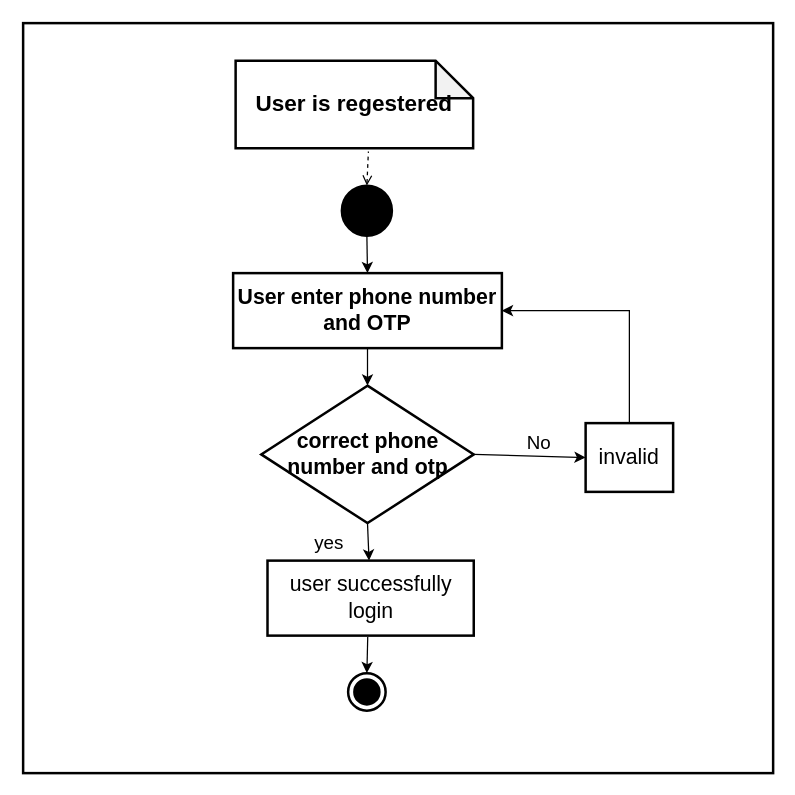
Earlier version of the draw.io diagram page "Page-3" (3 of 3) of activity_diagram.drawio (Fatema-A-Ferdaus/se231). Source tidied: cells renumbered, new cells numbered last; positions are measured from the earlier drawing's top-left corner, leaving out a move shared by most shapes. Both pictures are drawn from the tidied source at 125%, with x=0, y=0 at pixel (22, 22).
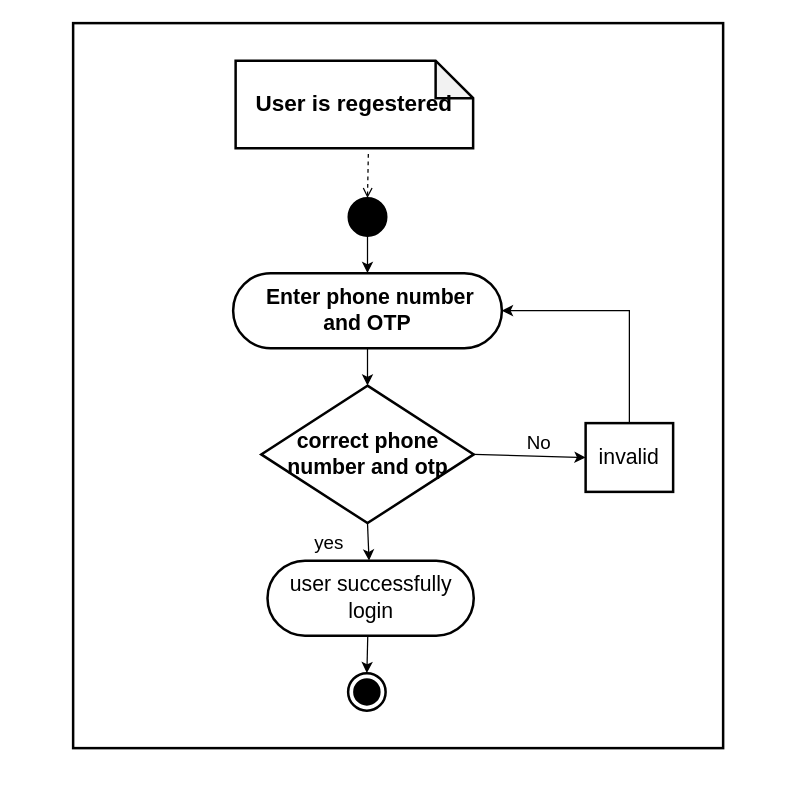
The same page after the edit.

What changed in the source:
```diff
@@
     <mxCell id="2" style="ellipse;whiteSpace=wrap;html=1;fontSize=15;strokeColor=#000000;strokeWidth=2;fillColor=#000000;" parent="1" vertex="1">
-      <mxGeometry x="255" y="130" width="40" height="40" as="geometry" />
+      <mxGeometry x="260.5" y="140" width="30" height="30" as="geometry" />
     </mxCell>
@@
-    <mxCell id="5" value="&lt;div style=&quot;font-size: 17px&quot;&gt;&lt;font style=&quot;font-size: 17px&quot;&gt;&lt;b&gt;User enter phone number&lt;/b&gt;&lt;/font&gt;&lt;/div&gt;&lt;div style=&quot;font-size: 17px&quot;&gt;&lt;font style=&quot;font-size: 17px&quot;&gt;&lt;b&gt;and OTP&lt;/b&gt;&lt;/font&gt;&lt;br&gt;&lt;/div&gt;" style="rounded=0;whiteSpace=wrap;html=1;fontSize=18;strokeColor=#000000;strokeWidth=2;fillColor=none;" parent="1" vertex="1">
+    <mxCell id="5" value="&lt;div style=&quot;font-size: 17px&quot;&gt;&lt;font style=&quot;font-size: 17px&quot;&gt;&lt;b&gt;&amp;nbsp;Enter phone number&lt;/b&gt;&lt;/font&gt;&lt;/div&gt;&lt;div style=&quot;font-size: 17px&quot;&gt;&lt;font style=&quot;font-size: 17px&quot;&gt;&lt;b&gt;and OTP&lt;/b&gt;&lt;/font&gt;&lt;br&gt;&lt;/div&gt;" style="rounded=1;whiteSpace=wrap;html=1;fontSize=18;strokeColor=#000000;strokeWidth=2;fillColor=none;arcSize=50;" parent="1" vertex="1">
       <mxGeometry x="168" y="200" width="215" height="60" as="geometry" />
     </mxCell>
@@
-    <mxCell id="11" value="user successfully login" style="rounded=0;whiteSpace=wrap;html=1;fontSize=17;strokeColor=#000000;strokeWidth=2;fillColor=none;" parent="1" vertex="1">
+    <mxCell id="11" value="user successfully login" style="rounded=1;whiteSpace=wrap;html=1;fontSize=17;strokeColor=#000000;strokeWidth=2;fillColor=none;arcSize=50;" parent="1" vertex="1">
       <mxGeometry x="195.5" y="430" width="165" height="60" as="geometry" />
     </mxCell>
@@
-    <mxCell id="19" style="whiteSpace=wrap;html=1;fontSize=17;strokeColor=#000000;strokeWidth=2;fillColor=none;" parent="1" vertex="1">
-      <mxGeometry width="600" height="600" as="geometry" />
-    </mxCell>
+    <mxCell id="20" style="rounded=0;whiteSpace=wrap;html=1;fontFamily=Helvetica;fontSize=15;fontColor=default;strokeColor=default;strokeWidth=2;fillColor=none;" parent="1" vertex="1">
+      <mxGeometry x="40" width="520" height="580" as="geometry" />
+    </mxCell>
```
